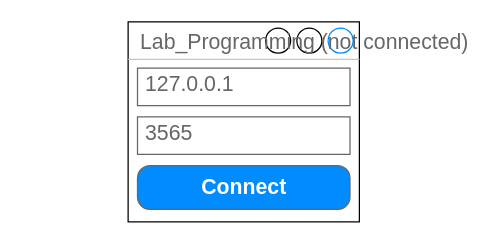
Before: page "Connect window" (1 of 10) of Lab8_Programming.drawio in ProgMiner/Lab_Programming, a draw.io diagram. Source tidied: cells renumbered, new cells numbered last; positions are measured from the earlier drawing's top-left corner, leaving out a move shared by most shapes. Both pictures are drawn from the tidied source at 125%, with x=0, y=0 at pixel (128, 21).
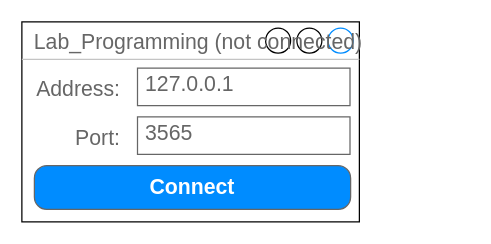
Above is the later version.

Change to the diagram source:
```diff
@@
 <mxGraphModel background="#ffffff">
   <root>
     <mxCell id="0" />
     <mxCell id="1" parent="0" />
     <mxCell id="2" value="Lab_Programming (not connected)" style="strokeWidth=1;shadow=0;dashed=0;align=center;html=1;shape=mxgraph.mockup.containers.window;align=left;verticalAlign=top;spacingLeft=8;strokeColor2=#008cff;strokeColor3=#c4c4c4;fontColor=#666666;fillColor=#ffffff;mainText=;fontSize=17;labelBackgroundColor=none;" parent="1" vertex="1">
-      <mxGeometry width="185" height="160" as="geometry" />
+      <mxGeometry x="-85" width="270" height="160" as="geometry" />
     </mxCell>
     <mxCell id="3" value="3565" style="strokeWidth=1;shadow=0;dashed=0;align=center;html=1;shape=mxgraph.mockup.text.textBox;fillColor=#ffffff;fontColor=#666666;align=left;fontSize=17;spacingLeft=4;spacingTop=-3;strokeColor=#666666;mainText=;" parent="1" vertex="1">
       <mxGeometry x="7.5" y="76" width="170" height="30" as="geometry" />
     </mxCell>
     <mxCell id="4" value="Connect" style="strokeWidth=1;shadow=0;dashed=0;align=center;html=1;shape=mxgraph.mockup.buttons.button;strokeColor=#666666;fontColor=#ffffff;mainText=;buttonStyle=round;fontSize=17;fontStyle=1;fillColor=#008cff;whiteSpace=wrap;" parent="1" vertex="1">
-      <mxGeometry x="7.5" y="115" width="170" height="35" as="geometry" />
+      <mxGeometry x="-75" y="115" width="253" height="35" as="geometry" />
     </mxCell>
     <mxCell id="5" value="127.0.0.1&lt;br&gt;" style="strokeWidth=1;shadow=0;dashed=0;align=center;html=1;shape=mxgraph.mockup.text.textBox;fillColor=#ffffff;fontColor=#666666;align=left;fontSize=17;spacingLeft=4;spacingTop=-3;strokeColor=#666666;mainText=;" parent="1" vertex="1">
       <mxGeometry x="7.5" y="37" width="170" height="30" as="geometry" />
     </mxCell>
+    <mxCell id="6" value="&lt;div style=&quot;text-align: right&quot;&gt;&lt;span&gt;Address:&lt;/span&gt;&lt;/div&gt;" style="text;html=1;align=right;verticalAlign=top;spacingTop=-4;fontSize=17;fontColor=#666666;" parent="1" vertex="1">
+      <mxGeometry x="-75" y="42" width="70" height="20" as="geometry" />
+    </mxCell>
+    <mxCell id="7" value="&lt;div style=&quot;text-align: right&quot;&gt;&lt;span&gt;Port:&lt;/span&gt;&lt;/div&gt;" style="text;html=1;align=right;verticalAlign=top;spacingTop=-4;fontSize=17;fontColor=#666666;" parent="1" vertex="1">
+      <mxGeometry x="-75" y="81" width="70" height="20" as="geometry" />
+    </mxCell>
   </root>
 </mxGraphModel>
```
